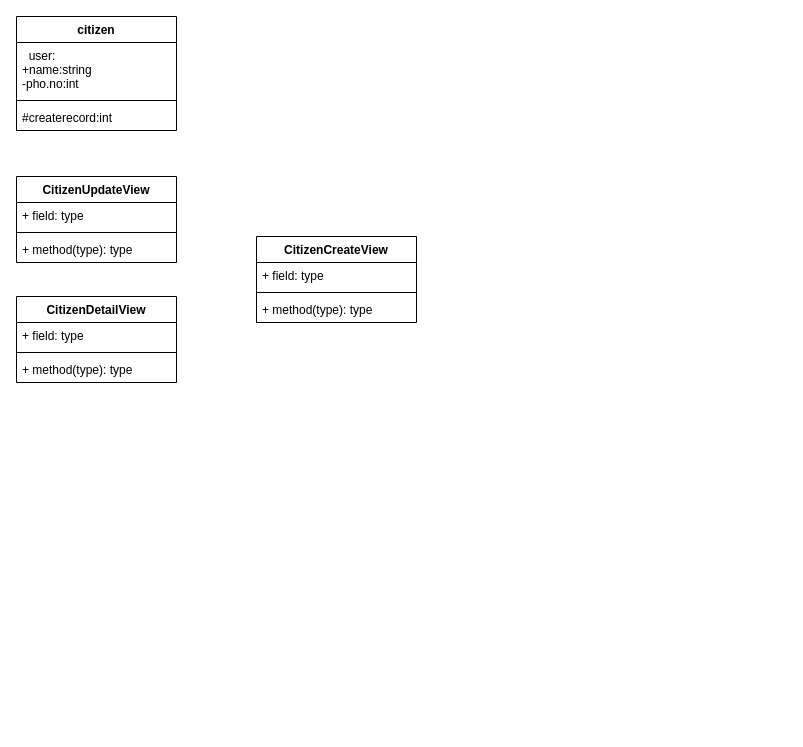
thakarpriyam30/thakarpriyam30 keeps this draw.io diagram as Untitled Diagram.drawio. Above is the earlier version. Source tidied: cells renumbered, new cells numbered last; positions are measured from the earlier drawing's top-left corner, leaving out a move shared by most shapes. Both pictures are drawn from the tidied source at 100%, with x=0, y=0 at pixel (16, 16).
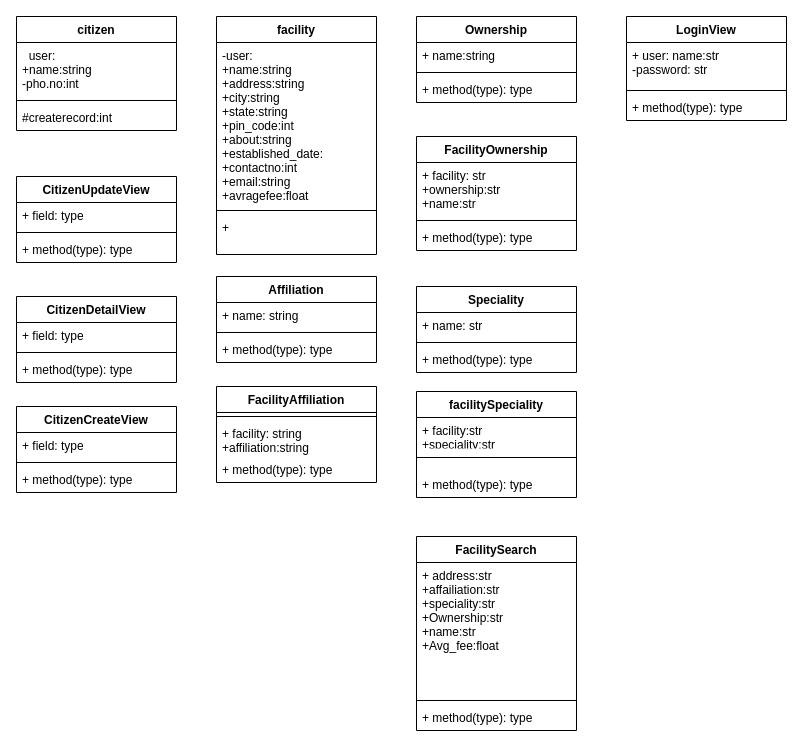
Above is the later version.

The edit, as a diff of the source:
```diff
@@
     <mxCell id="14" value="CitizenCreateView" style="swimlane;fontStyle=1;align=center;verticalAlign=top;horizontal=1;startSize=26;" parent="1" vertex="1">
-      <mxGeometry x="240" y="220" width="160" height="86" as="geometry" />
+      <mxGeometry y="390" width="160" height="86" as="geometry" />
     </mxCell>
@@
+    <mxCell id="18" value="facility" style="swimlane;fontStyle=1;align=center;verticalAlign=top;horizontal=1;startSize=26;" parent="1" vertex="1">
+      <mxGeometry x="200" width="160" height="238" as="geometry" />
+    </mxCell>
+    <mxCell id="19" value="-user:&#10;+name:string&#10;+address:string&#10;+city:string&#10;+state:string&#10;+pin_code:int&#10;+about:string&#10;+established_date:&#10;+contactno:int&#10;+email:string&#10;+avragefee:float" style="text;strokeColor=none;fillColor=none;align=left;verticalAlign=top;spacingLeft=4;spacingRight=4;overflow=hidden;" parent="18" vertex="1">
+      <mxGeometry y="26" width="160" height="164" as="geometry" />
+    </mxCell>
+    <mxCell id="20" style="line;strokeWidth=1;fillColor=none;align=left;verticalAlign=middle;spacingTop=-1;spacingLeft=3;spacingRight=3;labelPosition=right;" parent="18" vertex="1">
+      <mxGeometry y="190" width="160" height="8" as="geometry" />
+    </mxCell>
+    <mxCell id="21" value="+ " style="text;strokeColor=none;fillColor=none;align=left;verticalAlign=top;spacingLeft=4;spacingRight=4;overflow=hidden;" parent="18" vertex="1">
+      <mxGeometry y="198" width="160" height="40" as="geometry" />
+    </mxCell>
+    <mxCell id="22" value=" Affiliation" style="swimlane;fontStyle=1;align=center;verticalAlign=top;horizontal=1;startSize=26;" parent="1" vertex="1">
+      <mxGeometry x="200" y="260" width="160" height="86" as="geometry" />
+    </mxCell>
+    <mxCell id="23" value="+ name: string" style="text;strokeColor=none;fillColor=none;align=left;verticalAlign=top;spacingLeft=4;spacingRight=4;overflow=hidden;" parent="22" vertex="1">
+      <mxGeometry y="26" width="160" height="26" as="geometry" />
+    </mxCell>
+    <mxCell id="24" style="line;strokeWidth=1;fillColor=none;align=left;verticalAlign=middle;spacingTop=-1;spacingLeft=3;spacingRight=3;labelPosition=right;" parent="22" vertex="1">
+      <mxGeometry y="52" width="160" height="8" as="geometry" />
+    </mxCell>
+    <mxCell id="25" value="+ method(type): type" style="text;strokeColor=none;fillColor=none;align=left;verticalAlign=top;spacingLeft=4;spacingRight=4;overflow=hidden;" parent="22" vertex="1">
+      <mxGeometry y="60" width="160" height="26" as="geometry" />
+    </mxCell>
+    <mxCell id="26" value="FacilityAffiliation" style="swimlane;fontStyle=1;align=center;verticalAlign=top;horizontal=1;startSize=26;" parent="1" vertex="1">
+      <mxGeometry x="200" y="370" width="160" height="96" as="geometry" />
+    </mxCell>
+    <mxCell id="27" style="line;strokeWidth=1;fillColor=none;align=left;verticalAlign=middle;spacingTop=-1;spacingLeft=3;spacingRight=3;labelPosition=right;" parent="26" vertex="1">
+      <mxGeometry y="26" width="160" height="8" as="geometry" />
+    </mxCell>
+    <mxCell id="28" value="+ facility: string&#10;+affiliation:string" style="text;strokeColor=none;fillColor=none;align=left;verticalAlign=top;spacingLeft=4;spacingRight=4;overflow=hidden;" parent="26" vertex="1">
+      <mxGeometry y="34" width="160" height="36" as="geometry" />
+    </mxCell>
+    <mxCell id="29" value="+ method(type): type" style="text;strokeColor=none;fillColor=none;align=left;verticalAlign=top;spacingLeft=4;spacingRight=4;overflow=hidden;" parent="26" vertex="1">
+      <mxGeometry y="70" width="160" height="26" as="geometry" />
+    </mxCell>
+    <mxCell id="30" value="Ownership" style="swimlane;fontStyle=1;align=center;verticalAlign=top;horizontal=1;startSize=26;" parent="1" vertex="1">
+      <mxGeometry x="400" width="160" height="86" as="geometry" />
+    </mxCell>
+    <mxCell id="31" value="+ name:string" style="text;strokeColor=none;fillColor=none;align=left;verticalAlign=top;spacingLeft=4;spacingRight=4;overflow=hidden;" parent="30" vertex="1">
+      <mxGeometry y="26" width="160" height="26" as="geometry" />
+    </mxCell>
+    <mxCell id="32" style="line;strokeWidth=1;fillColor=none;align=left;verticalAlign=middle;spacingTop=-1;spacingLeft=3;spacingRight=3;labelPosition=right;" parent="30" vertex="1">
+      <mxGeometry y="52" width="160" height="8" as="geometry" />
+    </mxCell>
+    <mxCell id="33" value="+ method(type): type" style="text;strokeColor=none;fillColor=none;align=left;verticalAlign=top;spacingLeft=4;spacingRight=4;overflow=hidden;" parent="30" vertex="1">
+      <mxGeometry y="60" width="160" height="26" as="geometry" />
+    </mxCell>
+    <mxCell id="34" value="FacilityOwnership" style="swimlane;fontStyle=1;align=center;verticalAlign=top;horizontal=1;startSize=26;" parent="1" vertex="1">
+      <mxGeometry x="400" y="120" width="160" height="114" as="geometry" />
+    </mxCell>
+    <mxCell id="35" value="+ facility: str&#10;+ownership:str&#10;+name:str" style="text;strokeColor=none;fillColor=none;align=left;verticalAlign=top;spacingLeft=4;spacingRight=4;overflow=hidden;" parent="34" vertex="1">
+      <mxGeometry y="26" width="160" height="54" as="geometry" />
+    </mxCell>
+    <mxCell id="36" style="line;strokeWidth=1;fillColor=none;align=left;verticalAlign=middle;spacingTop=-1;spacingLeft=3;spacingRight=3;labelPosition=right;" parent="34" vertex="1">
+      <mxGeometry y="80" width="160" height="8" as="geometry" />
+    </mxCell>
+    <mxCell id="37" value="+ method(type): type" style="text;strokeColor=none;fillColor=none;align=left;verticalAlign=top;spacingLeft=4;spacingRight=4;overflow=hidden;" parent="34" vertex="1">
+      <mxGeometry y="88" width="160" height="26" as="geometry" />
+    </mxCell>
+    <mxCell id="38" value="Speciality" style="swimlane;fontStyle=1;align=center;verticalAlign=top;horizontal=1;startSize=26;" parent="1" vertex="1">
+      <mxGeometry x="400" y="270" width="160" height="86" as="geometry" />
+    </mxCell>
+    <mxCell id="39" value="+ name: str" style="text;strokeColor=none;fillColor=none;align=left;verticalAlign=top;spacingLeft=4;spacingRight=4;overflow=hidden;" parent="38" vertex="1">
+      <mxGeometry y="26" width="160" height="26" as="geometry" />
+    </mxCell>
+    <mxCell id="40" style="line;strokeWidth=1;fillColor=none;align=left;verticalAlign=middle;spacingTop=-1;spacingLeft=3;spacingRight=3;labelPosition=right;" parent="38" vertex="1">
+      <mxGeometry y="52" width="160" height="8" as="geometry" />
+    </mxCell>
+    <mxCell id="41" value="+ method(type): type" style="text;strokeColor=none;fillColor=none;align=left;verticalAlign=top;spacingLeft=4;spacingRight=4;overflow=hidden;" parent="38" vertex="1">
+      <mxGeometry y="60" width="160" height="26" as="geometry" />
+    </mxCell>
+    <mxCell id="42" value="facilitySpeciality" style="swimlane;fontStyle=1;align=center;verticalAlign=top;horizontal=1;startSize=26;" parent="1" vertex="1">
+      <mxGeometry x="400" y="375" width="160" height="106" as="geometry" />
+    </mxCell>
+    <mxCell id="43" value="+ facility:str&#10;+speciality:str " style="text;strokeColor=none;fillColor=none;align=left;verticalAlign=top;spacingLeft=4;spacingRight=4;overflow=hidden;" parent="42" vertex="1">
+      <mxGeometry y="26" width="160" height="26" as="geometry" />
+    </mxCell>
+    <mxCell id="44" style="line;strokeWidth=1;fillColor=none;align=left;verticalAlign=middle;spacingTop=-1;spacingLeft=3;spacingRight=3;labelPosition=right;" parent="42" vertex="1">
+      <mxGeometry y="52" width="160" height="28" as="geometry" />
+    </mxCell>
+    <mxCell id="45" value="+ method(type): type" style="text;strokeColor=none;fillColor=none;align=left;verticalAlign=top;spacingLeft=4;spacingRight=4;overflow=hidden;" parent="42" vertex="1">
+      <mxGeometry y="80" width="160" height="26" as="geometry" />
+    </mxCell>
+    <mxCell id="46" value="FacilitySearch" style="swimlane;fontStyle=1;align=center;verticalAlign=top;horizontal=1;startSize=26;" parent="1" vertex="1">
+      <mxGeometry x="400" y="520" width="160" height="194" as="geometry" />
+    </mxCell>
+    <mxCell id="47" value="+ address:str&#10;+affailiation:str&#10;+speciality:str&#10;+Ownership:str&#10;+name:str&#10;+Avg_fee:float" style="text;strokeColor=none;fillColor=none;align=left;verticalAlign=top;spacingLeft=4;spacingRight=4;overflow=hidden;" parent="46" vertex="1">
+      <mxGeometry y="26" width="160" height="134" as="geometry" />
+    </mxCell>
+    <mxCell id="48" style="line;strokeWidth=1;fillColor=none;align=left;verticalAlign=middle;spacingTop=-1;spacingLeft=3;spacingRight=3;labelPosition=right;" parent="46" vertex="1">
+      <mxGeometry y="160" width="160" height="8" as="geometry" />
+    </mxCell>
+    <mxCell id="49" value="+ method(type): type" style="text;strokeColor=none;fillColor=none;align=left;verticalAlign=top;spacingLeft=4;spacingRight=4;overflow=hidden;" parent="46" vertex="1">
+      <mxGeometry y="168" width="160" height="26" as="geometry" />
+    </mxCell>
+    <mxCell id="50" value="LoginView" style="swimlane;fontStyle=1;align=center;verticalAlign=top;horizontal=1;startSize=26;" parent="1" vertex="1">
+      <mxGeometry x="610" width="160" height="104" as="geometry" />
+    </mxCell>
+    <mxCell id="51" value="+ user: name:str&#10;-password: str" style="text;strokeColor=none;fillColor=none;align=left;verticalAlign=top;spacingLeft=4;spacingRight=4;overflow=hidden;" parent="50" vertex="1">
+      <mxGeometry y="26" width="160" height="44" as="geometry" />
+    </mxCell>
+    <mxCell id="52" style="line;strokeWidth=1;fillColor=none;align=left;verticalAlign=middle;spacingTop=-1;spacingLeft=3;spacingRight=3;labelPosition=right;" parent="50" vertex="1">
+      <mxGeometry y="70" width="160" height="8" as="geometry" />
+    </mxCell>
+    <mxCell id="53" value="+ method(type): type" style="text;strokeColor=none;fillColor=none;align=left;verticalAlign=top;spacingLeft=4;spacingRight=4;overflow=hidden;" parent="50" vertex="1">
+      <mxGeometry y="78" width="160" height="26" as="geometry" />
+    </mxCell>
```
